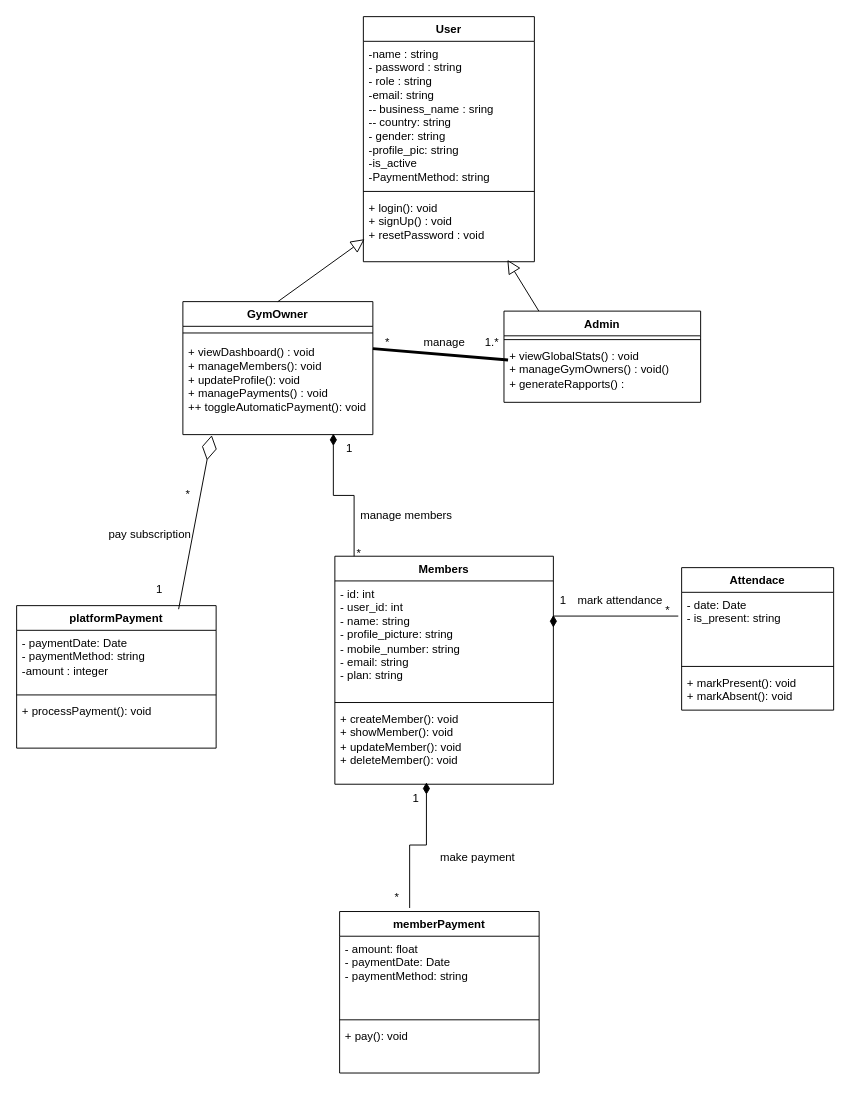
This is diagrams/class.drawio from anasHammaoui/GymMinder-SaaS, a draw.io file, before an edit. Source tidied: cells renumbered, new cells numbered last; positions are measured from the earlier drawing's top-left corner, leaving out a move shared by most shapes. Both pictures are drawn from the tidied source at 95%, with x=0, y=0 at pixel (16, 16).
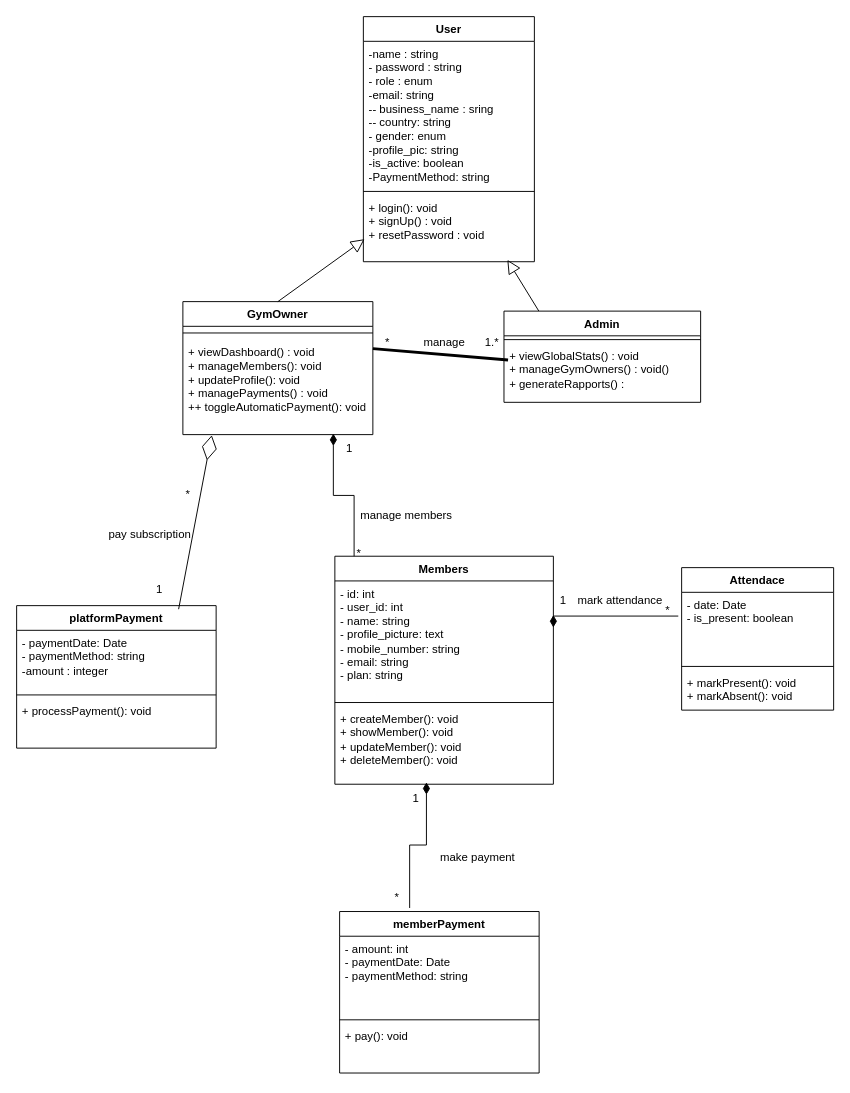
The same page after the edit.

Unchanged cells that the change refers to:
```xml
<mxCell id="8" value="Attendace" style="swimlane;fontStyle=1;align=center;verticalAlign=top;horizontal=1;startSize=26;whiteSpace=wrap;html=1;" parent="1" vertex="1">
  <mxGeometry x="700" y="580" width="160" height="150" as="geometry" />
</mxCell>
<mxCell id="12" value="Members&lt;div&gt;&lt;br&gt;&lt;/div&gt;" style="swimlane;fontStyle=1;align=center;verticalAlign=top;horizontal=1;startSize=26;whiteSpace=wrap;html=1;" parent="1" vertex="1">
  <mxGeometry x="335" y="568" width="230" height="240" as="geometry" />
</mxCell>
<mxCell id="16" value="User" style="swimlane;fontStyle=1;align=center;verticalAlign=top;horizontal=1;startSize=26;whiteSpace=wrap;html=1;" parent="1" vertex="1">
  <mxGeometry x="365" width="180" height="258" as="geometry" />
</mxCell>
<mxCell id="27" value="memberPayment" style="swimlane;fontStyle=1;align=center;verticalAlign=top;horizontal=1;startSize=26;whiteSpace=wrap;html=1;" parent="1" vertex="1">
  <mxGeometry x="340" y="942" width="210" height="170" as="geometry" />
</mxCell>
```

Change to the diagram source:
```diff
@@
-    <mxCell id="9" value="&lt;div&gt;&lt;span style=&quot;background-color: transparent; color: light-dark(rgb(0, 0, 0), rgb(255, 255, 255));&quot;&gt;- date: Date&amp;nbsp; &amp;nbsp; &amp;nbsp; &amp;nbsp; &amp;nbsp; &amp;nbsp; &amp;nbsp; &amp;nbsp; &amp;nbsp; &amp;nbsp; &amp;nbsp;&amp;nbsp;&lt;/span&gt;&lt;/div&gt;&lt;div&gt;- is_present: string&lt;/div&gt;" style="text;strokeColor=none;fillColor=none;align=left;verticalAlign=top;spacingLeft=4;spacingRight=4;overflow=hidden;points=[[0,0.5],[1,0.5]];portConstraint=eastwest;whiteSpace=wrap;html=1;" parent="8" vertex="1">
+    <mxCell id="9" value="&lt;div&gt;&lt;span style=&quot;background-color: transparent; color: light-dark(rgb(0, 0, 0), rgb(255, 255, 255));&quot;&gt;- date: Date&amp;nbsp; &amp;nbsp; &amp;nbsp; &amp;nbsp; &amp;nbsp; &amp;nbsp; &amp;nbsp; &amp;nbsp; &amp;nbsp; &amp;nbsp; &amp;nbsp;&amp;nbsp;&lt;/span&gt;&lt;/div&gt;&lt;div&gt;- is_present: boolean&lt;/div&gt;" style="text;strokeColor=none;fillColor=none;align=left;verticalAlign=top;spacingLeft=4;spacingRight=4;overflow=hidden;points=[[0,0.5],[1,0.5]];portConstraint=eastwest;whiteSpace=wrap;html=1;" parent="8" vertex="1">
       <mxGeometry y="26" width="160" height="74" as="geometry" />
     </mxCell>
@@
-    <mxCell id="13" value="&lt;div&gt;&lt;div&gt;&lt;div&gt;- id: int&lt;/div&gt;&lt;div&gt;- user_id: int&lt;/div&gt;&lt;div&gt;- name: string&lt;/div&gt;&lt;div&gt;- profile_picture: string&lt;/div&gt;&lt;div&gt;- mobile_number: string&lt;/div&gt;&lt;div&gt;- email: string&lt;/div&gt;&lt;div&gt;- plan: string&lt;/div&gt;&lt;/div&gt;&lt;/div&gt;" style="text;strokeColor=none;fillColor=none;align=left;verticalAlign=top;spacingLeft=4;spacingRight=4;overflow=hidden;points=[[0,0.5],[1,0.5]];portConstraint=eastwest;whiteSpace=wrap;html=1;" parent="12" vertex="1">
+    <mxCell id="13" value="&lt;div&gt;&lt;div&gt;&lt;div&gt;- id: int&lt;/div&gt;&lt;div&gt;- user_id: int&lt;/div&gt;&lt;div&gt;- name: string&lt;/div&gt;&lt;div&gt;- profile_picture: text&lt;/div&gt;&lt;div&gt;- mobile_number: string&lt;/div&gt;&lt;div&gt;- email: string&lt;/div&gt;&lt;div&gt;- plan: string&lt;/div&gt;&lt;/div&gt;&lt;/div&gt;" style="text;strokeColor=none;fillColor=none;align=left;verticalAlign=top;spacingLeft=4;spacingRight=4;overflow=hidden;points=[[0,0.5],[1,0.5]];portConstraint=eastwest;whiteSpace=wrap;html=1;" parent="12" vertex="1">
       <mxGeometry y="26" width="230" height="124" as="geometry" />
     </mxCell>
@@
-    <mxCell id="17" value="&lt;div&gt;-name : string&lt;/div&gt;&lt;div&gt;- password : string&lt;/div&gt;&lt;div&gt;- role : string&lt;/div&gt;&lt;div&gt;-email: string&lt;/div&gt;&lt;div&gt;-&lt;span style=&quot;background-color: transparent; color: light-dark(rgb(0, 0, 0), rgb(255, 255, 255));&quot;&gt;- business_name : sring&lt;/span&gt;&lt;/div&gt;&lt;div&gt;-&lt;span style=&quot;background-color: transparent; color: light-dark(rgb(0, 0, 0), rgb(255, 255, 255));&quot;&gt;- country: string&lt;/span&gt;&lt;/div&gt;&lt;div&gt;&lt;span style=&quot;background-color: transparent; color: light-dark(rgb(0, 0, 0), rgb(255, 255, 255));&quot;&gt;- gender: string&lt;/span&gt;&lt;/div&gt;&lt;div&gt;&lt;span style=&quot;background-color: transparent; color: light-dark(rgb(0, 0, 0), rgb(255, 255, 255));&quot;&gt;-profile_pic: string&lt;/span&gt;&lt;/div&gt;&lt;div&gt;&lt;span style=&quot;background-color: transparent; color: light-dark(rgb(0, 0, 0), rgb(255, 255, 255));&quot;&gt;-is_active&lt;/span&gt;&lt;/div&gt;&lt;div&gt;&lt;span style=&quot;text-wrap-mode: nowrap;&quot;&gt;-PaymentMethod: string&lt;/span&gt;&lt;span style=&quot;background-color: transparent; color: light-dark(rgb(0, 0, 0), rgb(255, 255, 255));&quot;&gt;&lt;/span&gt;&lt;/div&gt;" style="text;strokeColor=none;fillColor=none;align=left;verticalAlign=top;spacingLeft=4;spacingRight=4;overflow=hidden;whiteSpace=wrap;html=1;" parent="16" vertex="1">
+    <mxCell id="17" value="&lt;div&gt;-name : string&lt;/div&gt;&lt;div&gt;- password : string&lt;/div&gt;&lt;div&gt;- role : enum&lt;/div&gt;&lt;div&gt;-email: string&lt;/div&gt;&lt;div&gt;-&lt;span style=&quot;background-color: transparent; color: light-dark(rgb(0, 0, 0), rgb(255, 255, 255));&quot;&gt;- business_name : sring&lt;/span&gt;&lt;/div&gt;&lt;div&gt;-&lt;span style=&quot;background-color: transparent; color: light-dark(rgb(0, 0, 0), rgb(255, 255, 255));&quot;&gt;- country: string&lt;/span&gt;&lt;/div&gt;&lt;div&gt;&lt;span style=&quot;background-color: transparent; color: light-dark(rgb(0, 0, 0), rgb(255, 255, 255));&quot;&gt;- gender: enum&lt;/span&gt;&lt;/div&gt;&lt;div&gt;&lt;span style=&quot;background-color: transparent; color: light-dark(rgb(0, 0, 0), rgb(255, 255, 255));&quot;&gt;-profile_pic: string&lt;/span&gt;&lt;/div&gt;&lt;div&gt;&lt;span style=&quot;background-color: transparent; color: light-dark(rgb(0, 0, 0), rgb(255, 255, 255));&quot;&gt;-is_active: boolean&lt;/span&gt;&lt;/div&gt;&lt;div&gt;&lt;span style=&quot;text-wrap-mode: nowrap;&quot;&gt;-PaymentMethod: string&lt;/span&gt;&lt;span style=&quot;background-color: transparent; color: light-dark(rgb(0, 0, 0), rgb(255, 255, 255));&quot;&gt;&lt;/span&gt;&lt;/div&gt;" style="text;strokeColor=none;fillColor=none;align=left;verticalAlign=top;spacingLeft=4;spacingRight=4;overflow=hidden;whiteSpace=wrap;html=1;" parent="16" vertex="1">
       <mxGeometry y="26" width="180" height="154" as="geometry" />
     </mxCell>
@@
-    <mxCell id="28" value="&lt;div&gt;&lt;span style=&quot;background-color: transparent; color: light-dark(rgb(0, 0, 0), rgb(255, 255, 255));&quot;&gt;- amount: float&amp;nbsp; &amp;nbsp; &amp;nbsp; &amp;nbsp; &amp;nbsp; &amp;nbsp; &amp;nbsp; &amp;nbsp; &amp;nbsp; &amp;nbsp;&lt;/span&gt;&lt;/div&gt;&lt;div&gt;- paymentDate: Date&amp;nbsp; &amp;nbsp; &amp;nbsp; &amp;nbsp; &amp;nbsp; &amp;nbsp; &amp;nbsp; &amp;nbsp;&lt;/div&gt;&lt;div&gt;- paymentMethod: string&amp;nbsp; &amp;nbsp; &amp;nbsp; &amp;nbsp; &amp;nbsp; &amp;nbsp;&lt;span style=&quot;background-color: transparent; color: light-dark(rgb(0, 0, 0), rgb(255, 255, 255));&quot;&gt;&amp;nbsp;&amp;nbsp;&lt;/span&gt;&lt;/div&gt;" style="text;strokeColor=none;fillColor=none;align=left;verticalAlign=top;spacingLeft=4;spacingRight=4;overflow=hidden;whiteSpace=wrap;html=1;" parent="27" vertex="1">
+    <mxCell id="28" value="&lt;div&gt;&lt;span style=&quot;background-color: transparent; color: light-dark(rgb(0, 0, 0), rgb(255, 255, 255));&quot;&gt;- amount: int&lt;/span&gt;&lt;/div&gt;&lt;div&gt;- paymentDate: Date&amp;nbsp; &amp;nbsp; &amp;nbsp; &amp;nbsp; &amp;nbsp; &amp;nbsp; &amp;nbsp; &amp;nbsp;&lt;/div&gt;&lt;div&gt;- paymentMethod: string&amp;nbsp; &amp;nbsp; &amp;nbsp; &amp;nbsp; &amp;nbsp; &amp;nbsp;&lt;span style=&quot;background-color: transparent; color: light-dark(rgb(0, 0, 0), rgb(255, 255, 255));&quot;&gt;&amp;nbsp;&amp;nbsp;&lt;/span&gt;&lt;/div&gt;" style="text;strokeColor=none;fillColor=none;align=left;verticalAlign=top;spacingLeft=4;spacingRight=4;overflow=hidden;whiteSpace=wrap;html=1;" parent="27" vertex="1">
       <mxGeometry y="26" width="210" height="84" as="geometry" />
     </mxCell>
```
